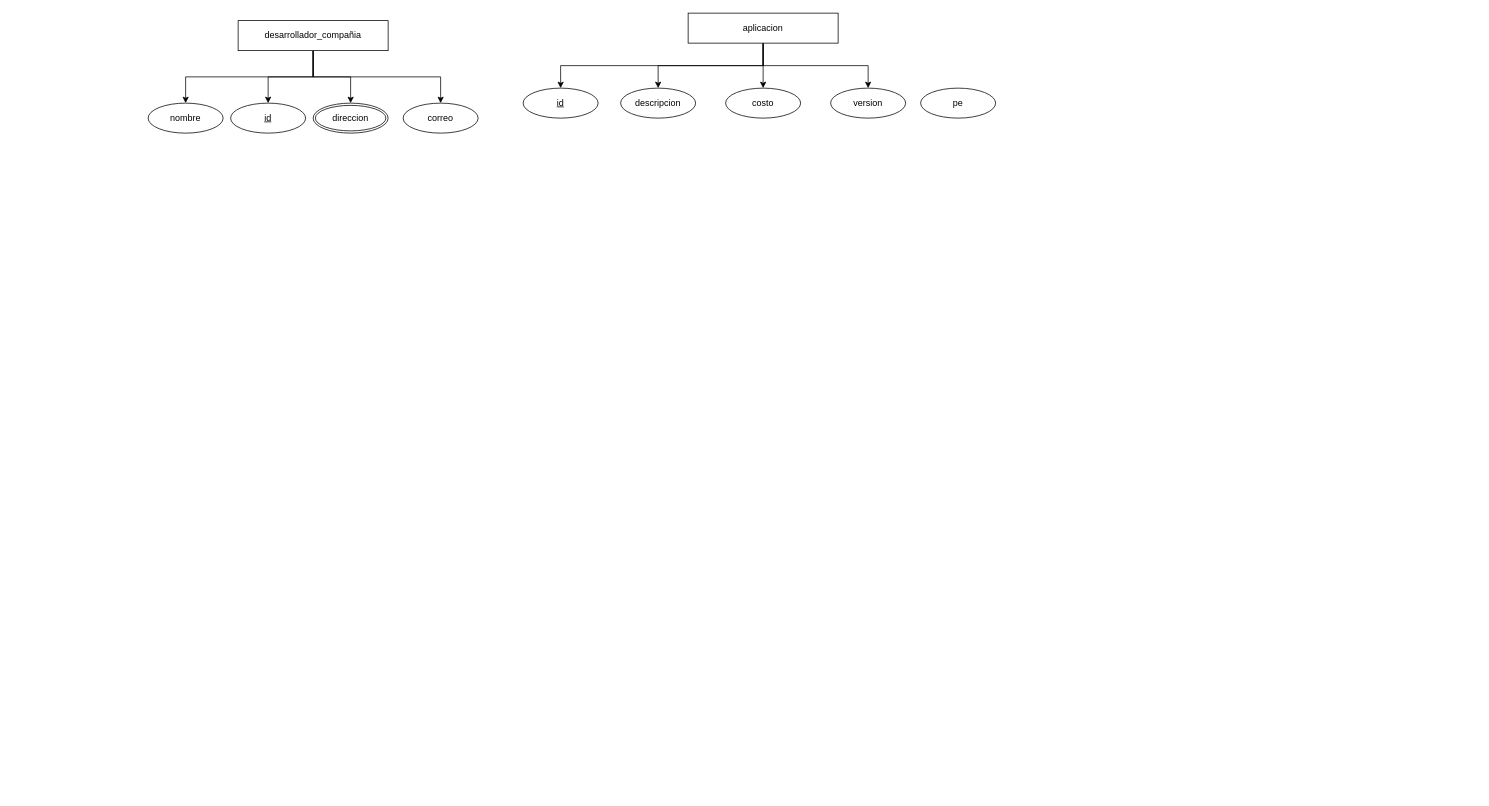
The draw.io diagram Untitled Diagram.drawio in trilord243/Modelo-ER, before the edit. Source tidied: cells renumbered, new cells numbered last; positions are measured from the earlier drawing's top-left corner, leaving out a move shared by most shapes. Both pictures are drawn from the tidied source at 75%, with x=0, y=0 at pixel (148, 13).
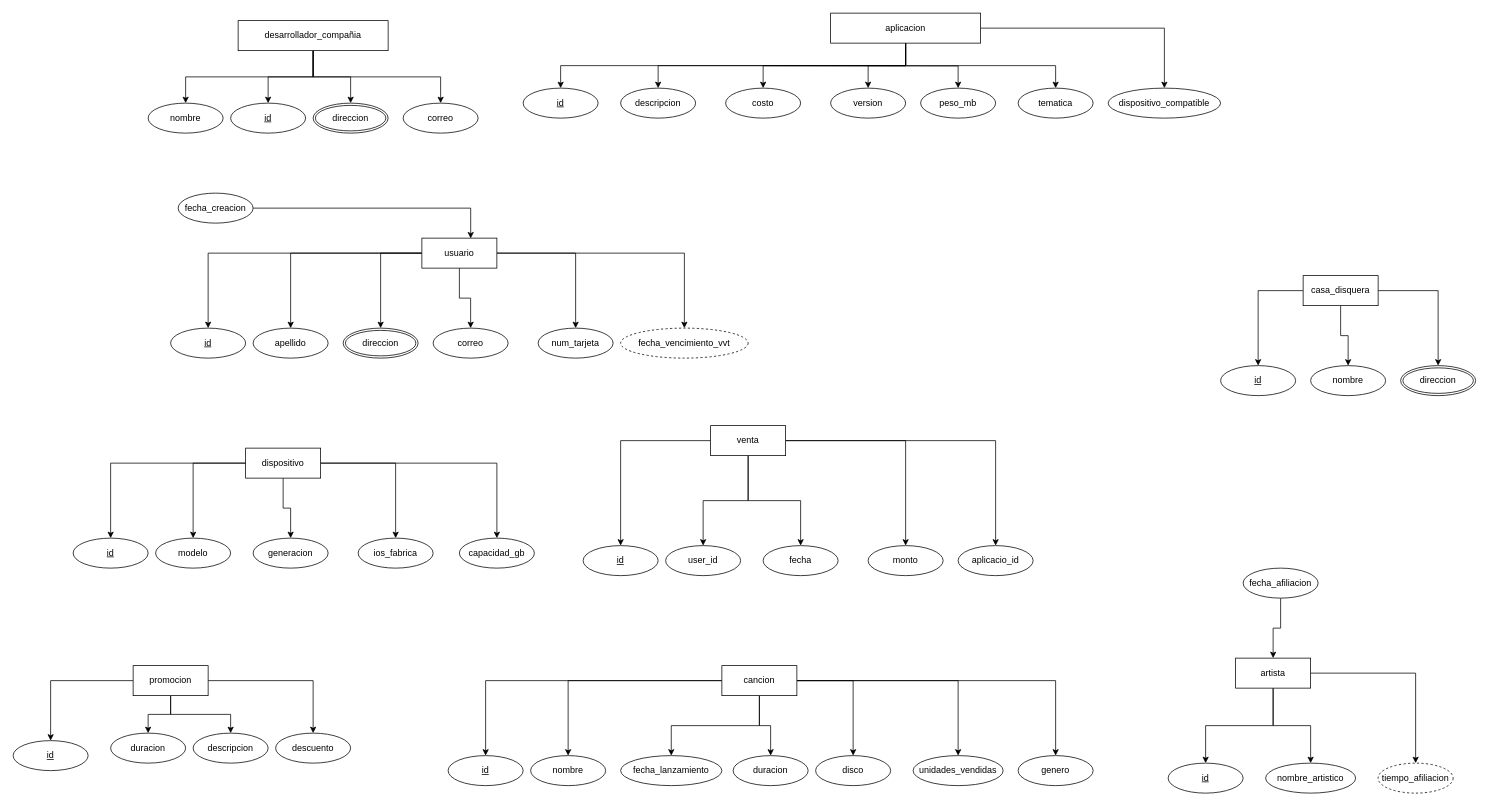
After the change.

Diff of the diagram source:
```diff
@@
+    <mxCell id="21" style="edgeStyle=orthogonalEdgeStyle;rounded=0;jettySize=auto;html=1;entryX=0.5;entryY=0;entryDx=0;entryDy=0;" parent="1" edge="1" target="20">
+      <mxGeometry relative="1" as="geometry">
+        <mxPoint x="820" y="70" as="sourcePoint" />
+      </mxGeometry>
+    </mxCell>
+    <mxCell id="22" style="edgeStyle=orthogonalEdgeStyle;rounded=0;jettySize=auto;html=1;exitX=0.5;exitY=1;exitDx=0;exitDy=0;entryX=0.5;entryY=0;entryDx=0;entryDy=0;" parent="1" edge="1" source="15" target="24">
+      <mxGeometry relative="1" as="geometry" />
+    </mxCell>
+    <mxCell id="23" style="edgeStyle=orthogonalEdgeStyle;rounded=0;jettySize=auto;html=1;entryX=0.5;entryY=0;entryDx=0;entryDy=0;" parent="1" edge="1" source="15" target="25">
+      <mxGeometry relative="1" as="geometry" />
+    </mxCell>
     <mxCell id="15" value="aplicacion" style="whiteSpace=wrap;html=1;align=center;" parent="1" vertex="1">
-      <mxGeometry x="720" width="200" height="40" as="geometry" />
+      <mxGeometry x="910" width="200" height="40" as="geometry" />
     </mxCell>
@@
-    <mxCell id="20" value="pe" style="ellipse;whiteSpace=wrap;html=1;align=center;" parent="1" vertex="1">
+    <mxCell id="20" value="peso_mb" style="ellipse;whiteSpace=wrap;html=1;align=center;" parent="1" vertex="1">
       <mxGeometry x="1030" y="100" width="100" height="40" as="geometry" />
     </mxCell>
+    <mxCell id="24" value="tematica" style="ellipse;whiteSpace=wrap;html=1;align=center;" parent="1" vertex="1">
+      <mxGeometry x="1160" y="100" width="100" height="40" as="geometry" />
+    </mxCell>
+    <mxCell id="25" value="dispositivo_compatible" style="ellipse;whiteSpace=wrap;html=1;align=center;" parent="1" vertex="1">
+      <mxGeometry x="1280" y="100" width="150" height="40" as="geometry" />
+    </mxCell>
+    <mxCell id="26" style="edgeStyle=orthogonalEdgeStyle;rounded=0;jettySize=auto;html=1;entryX=0.5;entryY=0;entryDx=0;entryDy=0;" parent="1" edge="1" source="32" target="33">
+      <mxGeometry relative="1" as="geometry" />
+    </mxCell>
+    <mxCell id="27" style="edgeStyle=orthogonalEdgeStyle;rounded=0;jettySize=auto;html=1;entryX=0.5;entryY=0;entryDx=0;entryDy=0;" parent="1" edge="1" source="32" target="34">
+      <mxGeometry relative="1" as="geometry" />
+    </mxCell>
+    <mxCell id="28" style="edgeStyle=orthogonalEdgeStyle;rounded=0;jettySize=auto;html=1;" parent="1" edge="1" source="32" target="35">
+      <mxGeometry relative="1" as="geometry" />
+    </mxCell>
+    <mxCell id="29" style="edgeStyle=orthogonalEdgeStyle;rounded=0;jettySize=auto;html=1;entryX=0.5;entryY=0;entryDx=0;entryDy=0;" parent="1" edge="1" source="32" target="36">
+      <mxGeometry relative="1" as="geometry" />
+    </mxCell>
+    <mxCell id="30" style="edgeStyle=orthogonalEdgeStyle;rounded=0;jettySize=auto;html=1;" parent="1" edge="1" source="32" target="37">
+      <mxGeometry relative="1" as="geometry" />
+    </mxCell>
+    <mxCell id="31" style="edgeStyle=orthogonalEdgeStyle;rounded=0;jettySize=auto;html=1;" parent="1" edge="1" source="32" target="40">
+      <mxGeometry relative="1" as="geometry" />
+    </mxCell>
+    <mxCell id="32" value="usuario" style="whiteSpace=wrap;html=1;align=center;" parent="1" vertex="1">
+      <mxGeometry x="365" y="300" width="100" height="40" as="geometry" />
+    </mxCell>
+    <mxCell id="33" value="id" style="ellipse;whiteSpace=wrap;html=1;align=center;fontStyle=4;" parent="1" vertex="1">
+      <mxGeometry x="30" y="420" width="100" height="40" as="geometry" />
+    </mxCell>
+    <mxCell id="34" value="apellido" style="ellipse;whiteSpace=wrap;html=1;align=center;" parent="1" vertex="1">
+      <mxGeometry x="140" y="420" width="100" height="40" as="geometry" />
+    </mxCell>
+    <mxCell id="35" value="direccion" style="ellipse;shape=doubleEllipse;margin=3;whiteSpace=wrap;html=1;align=center;" parent="1" vertex="1">
+      <mxGeometry x="260" y="420" width="100" height="40" as="geometry" />
+    </mxCell>
+    <mxCell id="36" value="correo" style="ellipse;whiteSpace=wrap;html=1;align=center;" parent="1" vertex="1">
+      <mxGeometry x="380" y="420" width="100" height="40" as="geometry" />
+    </mxCell>
+    <mxCell id="37" value="num_tarjeta" style="ellipse;whiteSpace=wrap;html=1;align=center;" parent="1" vertex="1">
+      <mxGeometry x="520" y="420" width="100" height="40" as="geometry" />
+    </mxCell>
+    <mxCell id="38" style="edgeStyle=orthogonalEdgeStyle;rounded=0;jettySize=auto;html=1;entryX=0.651;entryY=0.01;entryDx=0;entryDy=0;entryPerimeter=0;" parent="1" edge="1" source="39" target="32">
+      <mxGeometry relative="1" as="geometry" />
+    </mxCell>
+    <mxCell id="39" value="fecha_creacion" style="ellipse;whiteSpace=wrap;html=1;align=center;" parent="1" vertex="1">
+      <mxGeometry x="40" y="240" width="100" height="40" as="geometry" />
+    </mxCell>
+    <mxCell id="40" value="fecha_vencimiento_vvt" style="ellipse;whiteSpace=wrap;html=1;align=center;dashed=1;" parent="1" vertex="1">
+      <mxGeometry x="630" y="420" width="170" height="40" as="geometry" />
+    </mxCell>
+    <mxCell id="41" style="edgeStyle=orthogonalEdgeStyle;rounded=0;jettySize=auto;html=1;entryX=0.5;entryY=0;entryDx=0;entryDy=0;" parent="1" edge="1" source="46" target="47">
+      <mxGeometry relative="1" as="geometry" />
+    </mxCell>
+    <mxCell id="42" style="edgeStyle=orthogonalEdgeStyle;rounded=0;jettySize=auto;html=1;entryX=0.5;entryY=0;entryDx=0;entryDy=0;" parent="1" edge="1" source="46" target="48">
+      <mxGeometry relative="1" as="geometry" />
+    </mxCell>
+    <mxCell id="43" style="edgeStyle=orthogonalEdgeStyle;rounded=0;jettySize=auto;html=1;entryX=0.5;entryY=0;entryDx=0;entryDy=0;" parent="1" edge="1" source="46" target="49">
+      <mxGeometry relative="1" as="geometry" />
+    </mxCell>
+    <mxCell id="44" style="edgeStyle=orthogonalEdgeStyle;rounded=0;jettySize=auto;html=1;" parent="1" edge="1" source="46" target="50">
+      <mxGeometry relative="1" as="geometry" />
+    </mxCell>
+    <mxCell id="45" style="edgeStyle=orthogonalEdgeStyle;rounded=0;jettySize=auto;html=1;" parent="1" edge="1" source="46" target="51">
+      <mxGeometry relative="1" as="geometry" />
+    </mxCell>
+    <mxCell id="46" value="dispositivo" style="whiteSpace=wrap;html=1;align=center;" parent="1" vertex="1">
+      <mxGeometry x="130" y="580" width="100" height="40" as="geometry" />
+    </mxCell>
+    <mxCell id="47" value="id" style="ellipse;whiteSpace=wrap;html=1;align=center;fontStyle=4;" parent="1" vertex="1">
+      <mxGeometry x="-100" y="700" width="100" height="40" as="geometry" />
+    </mxCell>
+    <mxCell id="48" value="modelo" style="ellipse;whiteSpace=wrap;html=1;align=center;" parent="1" vertex="1">
+      <mxGeometry x="10" y="700" width="100" height="40" as="geometry" />
+    </mxCell>
+    <mxCell id="49" value="generacion" style="ellipse;whiteSpace=wrap;html=1;align=center;" parent="1" vertex="1">
+      <mxGeometry x="140" y="700" width="100" height="40" as="geometry" />
+    </mxCell>
+    <mxCell id="50" value="ios_fabrica" style="ellipse;whiteSpace=wrap;html=1;align=center;" parent="1" vertex="1">
+      <mxGeometry x="280" y="700" width="100" height="40" as="geometry" />
+    </mxCell>
+    <mxCell id="51" value="capacidad_gb" style="ellipse;whiteSpace=wrap;html=1;align=center;" parent="1" vertex="1">
+      <mxGeometry x="415" y="700" width="100" height="40" as="geometry" />
+    </mxCell>
+    <mxCell id="52" style="edgeStyle=orthogonalEdgeStyle;rounded=0;jettySize=auto;html=1;" parent="1" edge="1" source="57" target="58">
+      <mxGeometry relative="1" as="geometry" />
+    </mxCell>
+    <mxCell id="53" style="edgeStyle=orthogonalEdgeStyle;rounded=0;jettySize=auto;html=1;entryX=0.5;entryY=0;entryDx=0;entryDy=0;" parent="1" edge="1" source="57" target="59">
+      <mxGeometry relative="1" as="geometry" />
+    </mxCell>
+    <mxCell id="54" style="edgeStyle=orthogonalEdgeStyle;rounded=0;jettySize=auto;html=1;entryX=0.5;entryY=0;entryDx=0;entryDy=0;" parent="1" edge="1" source="57" target="60">
+      <mxGeometry relative="1" as="geometry" />
+    </mxCell>
+    <mxCell id="55" style="edgeStyle=orthogonalEdgeStyle;rounded=0;jettySize=auto;html=1;" parent="1" edge="1" source="57" target="61">
+      <mxGeometry relative="1" as="geometry" />
+    </mxCell>
+    <mxCell id="56" style="edgeStyle=orthogonalEdgeStyle;rounded=0;jettySize=auto;html=1;" parent="1" edge="1" source="57" target="62">
+      <mxGeometry relative="1" as="geometry" />
+    </mxCell>
+    <mxCell id="57" value="venta" style="whiteSpace=wrap;html=1;align=center;" parent="1" vertex="1">
+      <mxGeometry x="750" y="550" width="100" height="40" as="geometry" />
+    </mxCell>
+    <mxCell id="58" value="id" style="ellipse;whiteSpace=wrap;html=1;align=center;fontStyle=4;" parent="1" vertex="1">
+      <mxGeometry x="580" y="710" width="100" height="40" as="geometry" />
+    </mxCell>
+    <mxCell id="59" value="user_id" style="ellipse;whiteSpace=wrap;html=1;align=center;" parent="1" vertex="1">
+      <mxGeometry x="690" y="710" width="100" height="40" as="geometry" />
+    </mxCell>
+    <mxCell id="60" value="fecha" style="ellipse;whiteSpace=wrap;html=1;align=center;" parent="1" vertex="1">
+      <mxGeometry x="820" y="710" width="100" height="40" as="geometry" />
+    </mxCell>
+    <mxCell id="61" value="monto" style="ellipse;whiteSpace=wrap;html=1;align=center;" parent="1" vertex="1">
+      <mxGeometry x="960" y="710" width="100" height="40" as="geometry" />
+    </mxCell>
+    <mxCell id="62" value="aplicacio_id" style="ellipse;whiteSpace=wrap;html=1;align=center;" parent="1" vertex="1">
+      <mxGeometry x="1080" y="710" width="100" height="40" as="geometry" />
+    </mxCell>
+    <mxCell id="63" style="edgeStyle=orthogonalEdgeStyle;rounded=0;jettySize=auto;html=1;" parent="1" edge="1" source="67" target="68">
+      <mxGeometry relative="1" as="geometry" />
+    </mxCell>
+    <mxCell id="64" style="edgeStyle=orthogonalEdgeStyle;rounded=0;jettySize=auto;html=1;" parent="1" edge="1" source="67" target="69">
+      <mxGeometry relative="1" as="geometry" />
+    </mxCell>
+    <mxCell id="65" style="edgeStyle=orthogonalEdgeStyle;rounded=0;jettySize=auto;html=1;" parent="1" edge="1" source="67" target="70">
+      <mxGeometry relative="1" as="geometry" />
+    </mxCell>
+    <mxCell id="66" style="edgeStyle=orthogonalEdgeStyle;rounded=0;jettySize=auto;html=1;" parent="1" edge="1" source="67" target="71">
+      <mxGeometry relative="1" as="geometry" />
+    </mxCell>
+    <mxCell id="67" value="promocion" style="whiteSpace=wrap;html=1;align=center;" parent="1" vertex="1">
+      <mxGeometry x="-20" y="870" width="100" height="40" as="geometry" />
+    </mxCell>
+    <mxCell id="68" value="id" style="ellipse;whiteSpace=wrap;html=1;align=center;fontStyle=4;" parent="1" vertex="1">
+      <mxGeometry x="-180" y="970" width="100" height="40" as="geometry" />
+    </mxCell>
+    <mxCell id="69" value="duracion" style="ellipse;whiteSpace=wrap;html=1;align=center;" parent="1" vertex="1">
+      <mxGeometry x="-50" y="960" width="100" height="40" as="geometry" />
+    </mxCell>
+    <mxCell id="70" value="descripcion" style="ellipse;whiteSpace=wrap;html=1;align=center;" parent="1" vertex="1">
+      <mxGeometry x="60" y="960" width="100" height="40" as="geometry" />
+    </mxCell>
+    <mxCell id="71" value="descuento" style="ellipse;whiteSpace=wrap;html=1;align=center;" parent="1" vertex="1">
+      <mxGeometry x="170" y="960" width="100" height="40" as="geometry" />
+    </mxCell>
+    <mxCell id="72" value="id" style="ellipse;whiteSpace=wrap;html=1;align=center;fontStyle=4;" parent="1" vertex="1">
+      <mxGeometry x="400" y="990" width="100" height="40" as="geometry" />
+    </mxCell>
+    <mxCell id="73" style="edgeStyle=orthogonalEdgeStyle;rounded=0;jettySize=auto;html=1;" parent="1" edge="1" source="80" target="72">
+      <mxGeometry relative="1" as="geometry" />
+    </mxCell>
+    <mxCell id="74" style="edgeStyle=orthogonalEdgeStyle;rounded=0;jettySize=auto;html=1;" parent="1" edge="1" source="80" target="81">
+      <mxGeometry relative="1" as="geometry" />
+    </mxCell>
+    <mxCell id="75" style="edgeStyle=orthogonalEdgeStyle;rounded=0;jettySize=auto;html=1;entryX=0.5;entryY=0;entryDx=0;entryDy=0;" parent="1" edge="1" source="80" target="82">
+      <mxGeometry relative="1" as="geometry" />
+    </mxCell>
+    <mxCell id="76" style="edgeStyle=orthogonalEdgeStyle;rounded=0;jettySize=auto;html=1;" parent="1" edge="1" source="80" target="83">
+      <mxGeometry relative="1" as="geometry" />
+    </mxCell>
+    <mxCell id="77" style="edgeStyle=orthogonalEdgeStyle;rounded=0;jettySize=auto;html=1;entryX=0.5;entryY=0;entryDx=0;entryDy=0;" parent="1" edge="1" source="80" target="84">
+      <mxGeometry relative="1" as="geometry" />
+    </mxCell>
+    <mxCell id="78" style="edgeStyle=orthogonalEdgeStyle;rounded=0;jettySize=auto;html=1;" parent="1" edge="1" source="80" target="85">
+      <mxGeometry relative="1" as="geometry" />
+    </mxCell>
+    <mxCell id="79" style="edgeStyle=orthogonalEdgeStyle;rounded=0;jettySize=auto;html=1;" parent="1" edge="1" source="80" target="86">
+      <mxGeometry relative="1" as="geometry" />
+    </mxCell>
+    <mxCell id="80" value="cancion" style="whiteSpace=wrap;html=1;align=center;" parent="1" vertex="1">
+      <mxGeometry x="765" y="870" width="100" height="40" as="geometry" />
+    </mxCell>
+    <mxCell id="81" value="nombre" style="ellipse;whiteSpace=wrap;html=1;align=center;" parent="1" vertex="1">
+      <mxGeometry x="510" y="990" width="100" height="40" as="geometry" />
+    </mxCell>
+    <mxCell id="82" value="fecha_lanzamiento" style="ellipse;whiteSpace=wrap;html=1;align=center;" parent="1" vertex="1">
+      <mxGeometry x="630" y="990" width="135" height="40" as="geometry" />
+    </mxCell>
+    <mxCell id="83" value="duracion" style="ellipse;whiteSpace=wrap;html=1;align=center;" parent="1" vertex="1">
+      <mxGeometry x="780" y="990" width="100" height="40" as="geometry" />
+    </mxCell>
+    <mxCell id="84" value="disco" style="ellipse;whiteSpace=wrap;html=1;align=center;" parent="1" vertex="1">
+      <mxGeometry x="890" y="990" width="100" height="40" as="geometry" />
+    </mxCell>
+    <mxCell id="85" value="unidades_vendidas" style="ellipse;whiteSpace=wrap;html=1;align=center;" parent="1" vertex="1">
+      <mxGeometry x="1020" y="990" width="120" height="40" as="geometry" />
+    </mxCell>
+    <mxCell id="86" value="genero" style="ellipse;whiteSpace=wrap;html=1;align=center;" parent="1" vertex="1">
+      <mxGeometry x="1160" y="990" width="100" height="40" as="geometry" />
+    </mxCell>
+    <mxCell id="87" style="edgeStyle=orthogonalEdgeStyle;rounded=0;jettySize=auto;html=1;" parent="1" edge="1" source="90" target="91">
+      <mxGeometry relative="1" as="geometry" />
+    </mxCell>
+    <mxCell id="88" style="edgeStyle=orthogonalEdgeStyle;rounded=0;jettySize=auto;html=1;entryX=0.5;entryY=0;entryDx=0;entryDy=0;" parent="1" edge="1" source="90" target="92">
+      <mxGeometry relative="1" as="geometry" />
+    </mxCell>
+    <mxCell id="89" style="edgeStyle=orthogonalEdgeStyle;rounded=0;jettySize=auto;html=1;" parent="1" edge="1" source="90" target="95">
+      <mxGeometry relative="1" as="geometry" />
+    </mxCell>
+    <mxCell id="90" value="artista&lt;br&gt;" style="whiteSpace=wrap;html=1;align=center;" parent="1" vertex="1">
+      <mxGeometry x="1450" y="860" width="100" height="40" as="geometry" />
+    </mxCell>
+    <mxCell id="91" value="id" style="ellipse;whiteSpace=wrap;html=1;align=center;fontStyle=4;" parent="1" vertex="1">
+      <mxGeometry x="1360" y="1000" width="100" height="40" as="geometry" />
+    </mxCell>
+    <mxCell id="92" value="nombre_artistico" style="ellipse;whiteSpace=wrap;html=1;align=center;" parent="1" vertex="1">
+      <mxGeometry x="1490" y="1000" width="120" height="40" as="geometry" />
+    </mxCell>
+    <mxCell id="93" style="edgeStyle=orthogonalEdgeStyle;rounded=0;jettySize=auto;html=1;" parent="1" edge="1" source="94" target="90">
+      <mxGeometry relative="1" as="geometry" />
+    </mxCell>
+    <mxCell id="94" value="fecha_afiliacion" style="ellipse;whiteSpace=wrap;html=1;align=center;" parent="1" vertex="1">
+      <mxGeometry x="1460" y="740" width="100" height="40" as="geometry" />
+    </mxCell>
+    <mxCell id="95" value="tiempo_afiliacion" style="ellipse;whiteSpace=wrap;html=1;align=center;dashed=1;" parent="1" vertex="1">
+      <mxGeometry x="1640" y="1000" width="100" height="40" as="geometry" />
+    </mxCell>
+    <mxCell id="96" style="edgeStyle=orthogonalEdgeStyle;rounded=0;jettySize=auto;html=1;entryX=0.5;entryY=0;entryDx=0;entryDy=0;" parent="1" edge="1" source="99" target="100">
+      <mxGeometry relative="1" as="geometry" />
+    </mxCell>
+    <mxCell id="97" style="edgeStyle=orthogonalEdgeStyle;rounded=0;jettySize=auto;html=1;" parent="1" edge="1" source="99" target="101">
+      <mxGeometry relative="1" as="geometry" />
+    </mxCell>
+    <mxCell id="98" style="edgeStyle=orthogonalEdgeStyle;rounded=0;jettySize=auto;html=1;entryX=0.5;entryY=0;entryDx=0;entryDy=0;" parent="1" edge="1" source="99" target="102">
+      <mxGeometry relative="1" as="geometry" />
+    </mxCell>
+    <mxCell id="99" value="casa_disquera" style="whiteSpace=wrap;html=1;align=center;" parent="1" vertex="1">
+      <mxGeometry x="1540" y="350" width="100" height="40" as="geometry" />
+    </mxCell>
+    <mxCell id="100" value="id" style="ellipse;whiteSpace=wrap;html=1;align=center;fontStyle=4;" parent="1" vertex="1">
+      <mxGeometry x="1430" y="470" width="100" height="40" as="geometry" />
+    </mxCell>
+    <mxCell id="101" value="nombre" style="ellipse;whiteSpace=wrap;html=1;align=center;" parent="1" vertex="1">
+      <mxGeometry x="1550" y="470" width="100" height="40" as="geometry" />
+    </mxCell>
+    <mxCell id="102" value="direccion" style="ellipse;shape=doubleEllipse;margin=3;whiteSpace=wrap;html=1;align=center;" parent="1" vertex="1">
+      <mxGeometry x="1670" y="470" width="100" height="40" as="geometry" />
+    </mxCell>
```
